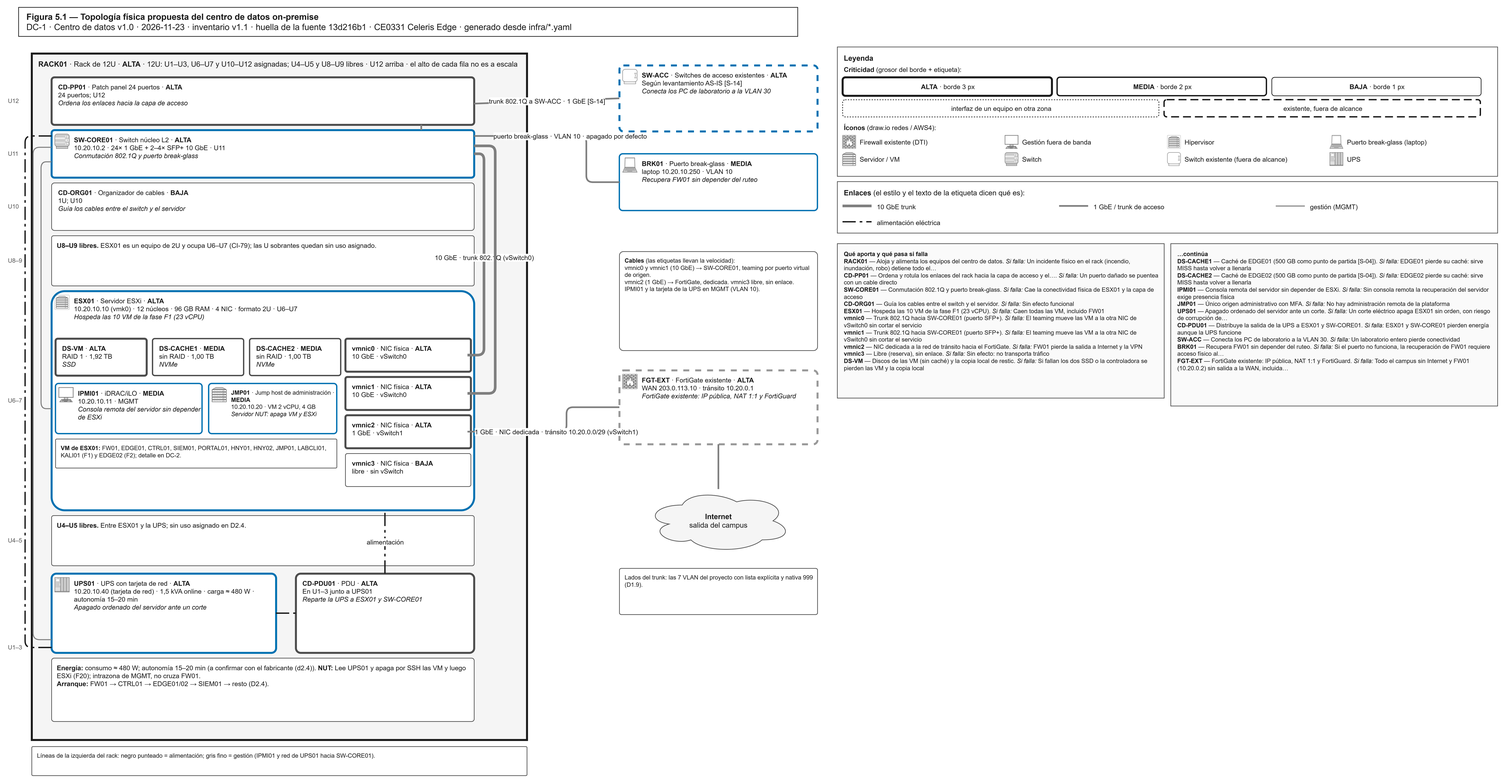
Before: entregables/CE0331/diagramas/DC-1.png, a diagram exported from draw.io (Nick-Saim-MJ/Project-Celeris). Source tidied: cells renumbered, new cells last; positions are measured from the earlier drawing's top-left corner, leaving out a move shared by most shapes.
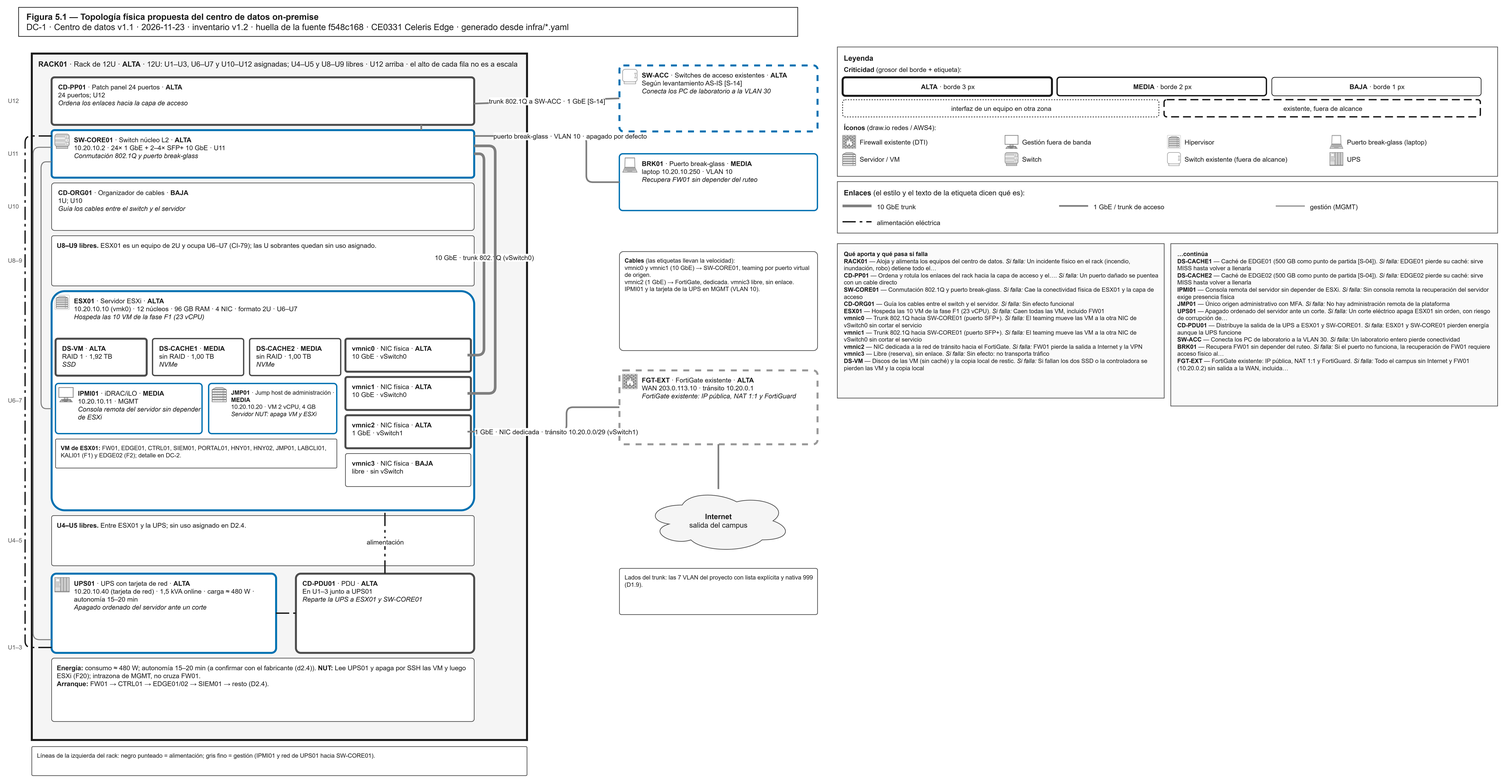
After the change.

Diff of the diagram source:
```diff
@@ -2,7 +2,7 @@
   <root>
     <mxCell id="0" />
     <mxCell id="1" parent="0" />
-    <mxCell id="2" value="&lt;b&gt;Figura 5.1 — Topología física propuesta del centro de datos on-premise&lt;/b&gt;&lt;br&gt;DC-1 · Centro de datos v1.0 · 2026-11-23 · inventario v1.1 · huella de la fuente 13d216b1 · CE0331 Celeris Edge · generado desde infra/*.yaml" style="rounded=0;whiteSpace=wrap;html=1;fillColor=#FFFFFF;strokeColor=#1A1A1A;strokeWidth=1;align=left;spacingLeft=10;fontSize=13;fontColor=#1A1A1A;" parent="1" vertex="1">
+    <mxCell id="2" value="&lt;b&gt;Figura 5.1 — Topología física propuesta del centro de datos on-premise&lt;/b&gt;&lt;br&gt;DC-1 · Centro de datos v1.1 · 2026-11-23 · inventario v1.2 · huella de la fuente f548c168 · CE0331 Celeris Edge · generado desde infra/*.yaml" style="rounded=0;whiteSpace=wrap;html=1;fillColor=#FFFFFF;strokeColor=#1A1A1A;strokeWidth=1;align=left;spacingLeft=10;fontSize=13;fontColor=#1A1A1A;" parent="1" vertex="1">
       <mxGeometry x="18" width="1180" height="44" as="geometry" />
     </mxCell>
     <mxCell id="3" value="U12" style="text;html=1;align=left;verticalAlign=middle;fontSize=9;fontColor=#595959;" parent="1" vertex="1">
```
